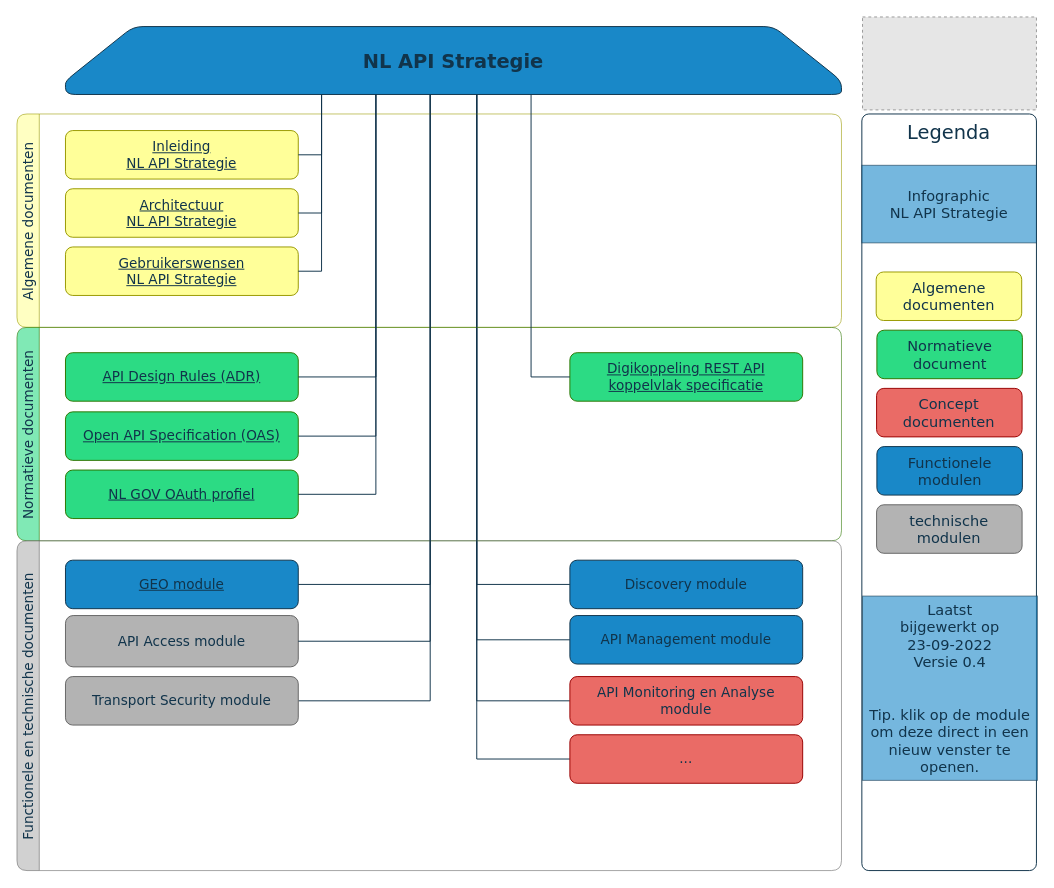
Earlier version of the draw.io diagram media/API infographic.drawio (Geonovum/KP-APIs). Source tidied: cells renumbered, new cells numbered last; positions are measured from the earlier drawing's top-left corner, leaving out a move shared by most shapes. Both pictures are drawn from the tidied source at 97%, with x=0, y=0 at pixel (16, 16). Pictures stored in the file or linked from it are replaced by grey dashed boxes.
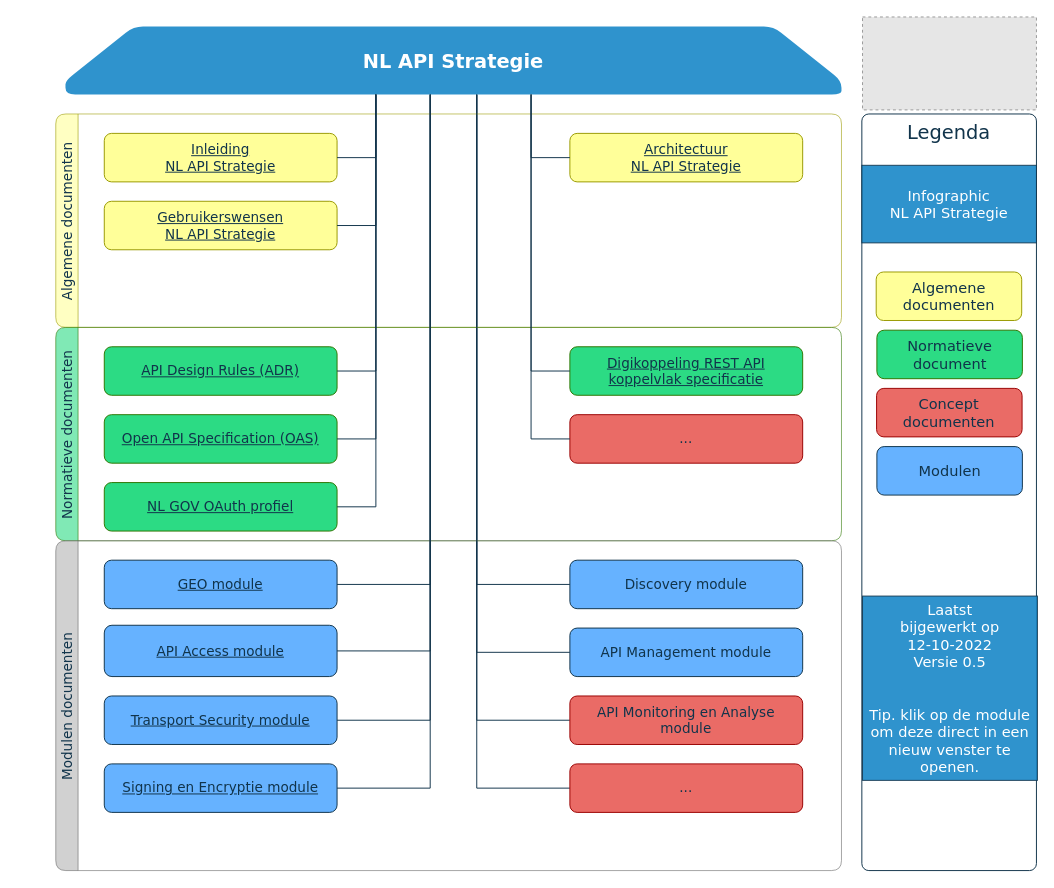
The same page after the edit.

Commit message (it also covers changes not shown here):
inleiding bijgewerkt

Diff of the diagram source:
```diff
@@
     <mxCell id="3" style="endArrow=none;html=1;rounded=0;fontFamily=Verdana;fontColor=#11344B;strokeColor=#11344B;entryX=0.53;entryY=1;entryDx=0;entryDy=0;entryPerimeter=0;exitX=0;exitY=0.5;exitDx=0;exitDy=0;edgeStyle=orthogonalEdgeStyle;" parent="1" edge="1" source="24" target="18">
-      <mxGeometry relative="1" as="geometry">
-        <Array as="points">
-          <mxPoint x="474" y="765" />
-        </Array>
-      </mxGeometry>
+      <mxGeometry relative="1" as="geometry" />
     </mxCell>
@@
     <mxCell id="8" value="Algemene documenten" style="swimlane;horizontal=0;rounded=1;strokeColor=#999900;fillColor=#FFFF99;fontFamily=Verdana;fontStyle=0;opacity=60;fontColor=#11344B;fontSize=14;" parent="1" vertex="1">
-      <mxGeometry y="100" width="850" height="220" as="geometry" />
+      <mxGeometry x="40" y="100" width="810" height="220" as="geometry" />
     </mxCell>
     <mxCell id="9" value="Inleiding &lt;br&gt;NL API Strategie" style="rounded=1;whiteSpace=wrap;html=1;fontSize=14;fontStyle=4;fillColor=#FFFF99;strokeColor=#999900;fontColor=#11344B;fontFamily=Verdana;" parent="8" vertex="1">
-      <mxGeometry x="50" y="17.1" width="240" height="50" as="geometry" />
+      <mxGeometry x="50" y="20" width="240" height="50" as="geometry" />
     </mxCell>
     <mxCell id="10" value="Gebruikerswensen &lt;br&gt;NL API Strategie" style="rounded=1;whiteSpace=wrap;html=1;fontSize=14;fontStyle=4;fillColor=#FFFF99;strokeColor=#999900;fontColor=#11344B;fontFamily=Verdana;" parent="8" vertex="1">
-      <mxGeometry x="50" y="137.1" width="240" height="50" as="geometry" />
+      <mxGeometry x="50" y="90" width="240" height="50" as="geometry" />
     </mxCell>
     <mxCell id="11" value="Architectuur &lt;br&gt;NL API Strategie" style="rounded=1;whiteSpace=wrap;html=1;fontSize=14;fontStyle=4;fillColor=#FFFF99;strokeColor=#999900;fontColor=#11344B;fontFamily=Verdana;" parent="8" vertex="1">
-      <mxGeometry x="50" y="77.1" width="240" height="50" as="geometry" />
+      <mxGeometry x="530" y="20" width="240" height="50" as="geometry" />
     </mxCell>
     <mxCell id="12" value="Normatieve documenten" style="swimlane;horizontal=0;rounded=1;strokeColor=#2D7600;fillColor=#2CDB84;fontFamily=Verdana;fontStyle=0;opacity=60;fontColor=#11344B;fontSize=14;" parent="1" vertex="1">
-      <mxGeometry y="320" width="850" height="220" as="geometry" />
+      <mxGeometry x="40" y="320" width="810" height="220" as="geometry" />
     </mxCell>
     <mxCell id="13" value="API Design Rules (ADR)" style="rounded=1;whiteSpace=wrap;html=1;fontSize=14;fontStyle=4;fillColor=#2CDB84;strokeColor=#2D7600;fontColor=#11344B;fontFamily=Verdana;" parent="12" vertex="1">
-      <mxGeometry x="50" y="26.1" width="240" height="50" as="geometry" />
+      <mxGeometry x="50" y="20" width="240" height="50" as="geometry" />
     </mxCell>
     <mxCell id="14" value="Open API Specification (OAS)" style="rounded=1;whiteSpace=wrap;html=1;fontSize=14;fontStyle=4;fillColor=#2CDB84;strokeColor=#2D7600;fontColor=#11344B;fontFamily=Verdana;" parent="12" vertex="1">
-      <mxGeometry x="50" y="87.1" width="240" height="50" as="geometry" />
+      <mxGeometry x="50" y="90" width="240" height="50" as="geometry" />
     </mxCell>
     <mxCell id="15" value="NL GOV OAuth profiel" style="rounded=1;whiteSpace=wrap;html=1;fontSize=14;fontStyle=4;fillColor=#2CDB84;strokeColor=#2D7600;fontColor=#11344B;fontFamily=Verdana;" parent="12" vertex="1">
-      <mxGeometry x="50" y="147.1" width="240" height="50" as="geometry" />
+      <mxGeometry x="50" y="160" width="240" height="50" as="geometry" />
     </mxCell>
     <mxCell id="16" value="Digikoppeling REST API koppelvlak specificatie" style="rounded=1;whiteSpace=wrap;html=1;fontSize=14;fontStyle=4;fillColor=#2CDB84;strokeColor=#2D7600;fontColor=#11344B;fontFamily=Verdana;" parent="12" vertex="1">
-      <mxGeometry x="570" y="26.1" width="240" height="50" as="geometry" />
+      <mxGeometry x="530" y="20" width="240" height="50" as="geometry" />
     </mxCell>
+    <mxCell id="43" value="..." style="rounded=1;whiteSpace=wrap;html=1;fontSize=14;fontStyle=0;fillColor=#EA6B66;strokeColor=#990000;fontColor=#11344B;fontFamily=Verdana;" parent="12" vertex="1">
+      <mxGeometry x="530" y="90" width="240" height="50" as="geometry" />
+    </mxCell>
@@
-    <mxCell id="18" value="&lt;span&gt;NL API Strategie&lt;/span&gt;" style="shape=loopLimit;whiteSpace=wrap;html=1;fontSize=20;fillColor=#1988C8;fontFamily=Verdana;fontStyle=1;size=140;fontColor=#11344B;strokeColor=#11344B;rounded=1;points=[[0,0,0,0,0],[0,0.26,0,0,0],[0,0.5,0,0,0],[0,0.74,0,0,0],[0,1,0,0,0],[0.07,1,0,0,0],[0.13,1,0,0,0],[0.2,1,0,0,0],[0.25,0,0,0,0],[0.25,1,0,0,0],[0.27,1,0,0,0],[0.33,1,0,0,0],[0.4,1,0,0,0],[0.47,1,0,0,0],[0.5,0,0,0,0],[0.5,1,0,0,0],[0.53,1,0,0,0],[0.6,1,0,0,0],[0.67,1,0,0,0],[0.73,1,0,0,0],[0.75,0,0,0,0],[0.75,1,0,0,0],[0.8,1,0,0,0],[0.87,1,0,0,0],[0.93,1,0,0,0],[1,0,0,0,0],[1,0.26,0,0,0],[1,0.5,0,0,0],[1,0.76,0,0,0],[1,1,0,0,0]];" parent="1" vertex="1">
+    <mxCell id="18" value="&lt;span&gt;NL API Strategie&lt;/span&gt;" style="shape=loopLimit;whiteSpace=wrap;html=1;fontSize=20;fillColor=#1988C8;fontFamily=Verdana;fontStyle=1;size=140;fontColor=#FFFFFF;strokeColor=none;rounded=1;points=[[0,0,0,0,0],[0,0.26,0,0,0],[0,0.5,0,0,0],[0,0.74,0,0,0],[0,1,0,0,0],[0.07,1,0,0,0],[0.13,1,0,0,0],[0.2,1,0,0,0],[0.25,0,0,0,0],[0.25,1,0,0,0],[0.27,1,0,0,0],[0.33,1,0,0,0],[0.4,1,0,0,0],[0.47,1,0,0,0],[0.5,0,0,0,0],[0.5,1,0,0,0],[0.53,1,0,0,0],[0.6,1,0,0,0],[0.67,1,0,0,0],[0.73,1,0,0,0],[0.75,0,0,0,0],[0.75,1,0,0,0],[0.8,1,0,0,0],[0.87,1,0,0,0],[0.93,1,0,0,0],[1,0,0,0,0],[1,0.26,0,0,0],[1,0.5,0,0,0],[1,0.76,0,0,0],[1,1,0,0,0]];opacity=90;shadow=0;sketch=0;" parent="1" vertex="1">
       <mxGeometry x="50" y="9.9" width="800" height="70" as="geometry" />
     </mxCell>
-    <mxCell id="19" value="Functionele en technische documenten" style="swimlane;horizontal=0;rounded=1;strokeColor=#666666;fillColor=#B3B3B3;fontFamily=Verdana;fontStyle=0;opacity=60;fontColor=#11344B;fontSize=14;" parent="1" vertex="1">
-      <mxGeometry y="540" width="850" height="340" as="geometry" />
+    <mxCell id="19" value="Modulen documenten" style="swimlane;horizontal=0;rounded=1;strokeColor=#666666;fillColor=#B3B3B3;fontFamily=Verdana;fontStyle=0;opacity=60;fontColor=#11344B;fontSize=14;" parent="1" vertex="1">
+      <mxGeometry x="40" y="540" width="810" height="340" as="geometry" />
     </mxCell>
-    <mxCell id="20" value="GEO module" style="rounded=1;whiteSpace=wrap;html=1;fontSize=14;fontStyle=4;fillColor=#1988C8;strokeColor=#11344B;fontColor=#11344B;fontFamily=Verdana;" parent="19" vertex="1">
+    <mxCell id="20" value="GEO module" style="rounded=1;whiteSpace=wrap;html=1;fontSize=14;fontStyle=4;fillColor=#66B2FF;strokeColor=#11344B;fontColor=#11344B;fontFamily=Verdana;" parent="19" vertex="1">
       <mxGeometry x="50" y="20" width="240" height="50" as="geometry" />
     </mxCell>
-    <mxCell id="21" value="Transport Security module&lt;br&gt;" style="rounded=1;whiteSpace=wrap;html=1;fontSize=14;fontStyle=0;fillColor=#B3B3B3;strokeColor=#666666;fontColor=#11344B;fontFamily=Verdana;" parent="19" vertex="1">
-      <mxGeometry x="50" y="140" width="240" height="50" as="geometry" />
+    <mxCell id="21" value="Transport Security module&lt;br&gt;" style="rounded=1;whiteSpace=wrap;html=1;fontSize=14;fontStyle=4;fillColor=#66B2FF;strokeColor=#11344B;fontColor=#11344B;fontFamily=Verdana;" parent="19" vertex="1">
+      <mxGeometry x="50" y="160" width="240" height="50" as="geometry" />
     </mxCell>
-    <mxCell id="22" value="Discovery module" style="rounded=1;whiteSpace=wrap;html=1;fontSize=14;fontStyle=0;fillColor=#1988C8;strokeColor=#11344B;fontColor=#11344B;fontFamily=Verdana;" parent="19" vertex="1">
-      <mxGeometry x="570" y="20" width="240" height="50" as="geometry" />
+    <mxCell id="22" value="Discovery module" style="rounded=1;whiteSpace=wrap;html=1;fontSize=14;fontStyle=0;fillColor=#66B2FF;strokeColor=#11344B;fontColor=#11344B;fontFamily=Verdana;" parent="19" vertex="1">
+      <mxGeometry x="530" y="20" width="240" height="50" as="geometry" />
     </mxCell>
-    <mxCell id="23" value="API Management module" style="rounded=1;whiteSpace=wrap;html=1;fontSize=14;fontStyle=0;fillColor=#1988C8;strokeColor=#11344B;fontColor=#11344B;fontFamily=Verdana;" parent="19" vertex="1">
-      <mxGeometry x="570" y="77.1" width="240" height="50" as="geometry" />
+    <mxCell id="23" value="API Management module" style="rounded=1;whiteSpace=wrap;html=1;fontSize=14;fontStyle=0;fillColor=#66B2FF;strokeColor=#11344B;fontColor=#11344B;fontFamily=Verdana;" parent="19" vertex="1">
+      <mxGeometry x="530" y="90" width="240" height="50" as="geometry" />
     </mxCell>
     <mxCell id="24" value="..." style="rounded=1;whiteSpace=wrap;html=1;fontSize=14;fontStyle=0;fillColor=#EA6B66;strokeColor=#990000;fontColor=#11344B;fontFamily=Verdana;" parent="19" vertex="1">
-      <mxGeometry x="570" y="200" width="240" height="50" as="geometry" />
+      <mxGeometry x="530" y="230" width="240" height="50" as="geometry" />
     </mxCell>
     <mxCell id="25" value="API Monitoring en Analyse module" style="rounded=1;whiteSpace=wrap;html=1;fontSize=14;fontStyle=0;fillColor=#EA6B66;strokeColor=#990000;fontColor=#11344B;fontFamily=Verdana;" parent="19" vertex="1">
-      <mxGeometry x="570" y="140" width="240" height="50" as="geometry" />
+      <mxGeometry x="530" y="160" width="240" height="50" as="geometry" />
     </mxCell>
-    <mxCell id="26" value="API Access module" style="rounded=1;whiteSpace=wrap;html=1;fontSize=14;fontStyle=0;fillColor=#B3B3B3;strokeColor=#666666;fontColor=#11344B;fontFamily=Verdana;" parent="19" vertex="1">
-      <mxGeometry x="50" y="77.1" width="240" height="52.9" as="geometry" />
+    <mxCell id="26" value="API Access module" style="rounded=1;whiteSpace=wrap;html=1;fontSize=14;fontStyle=4;fillColor=#66B2FF;strokeColor=#11344B;fontColor=#11344B;fontFamily=Verdana;" parent="19" vertex="1">
+      <mxGeometry x="50" y="87.1" width="240" height="52.9" as="geometry" />
     </mxCell>
+    <mxCell id="44" value="Signing en Encryptie module" style="rounded=1;whiteSpace=wrap;html=1;fontSize=14;fontStyle=4;fillColor=#66B2FF;strokeColor=#11344B;fontColor=#11344B;fontFamily=Verdana;" parent="19" vertex="1">
+      <mxGeometry x="50" y="230" width="240" height="50" as="geometry" />
+    </mxCell>
@@
-    <mxCell id="29" value="Functionele modulen" style="rounded=1;whiteSpace=wrap;html=1;fontSize=15;fontStyle=0;fillColor=#1988C8;strokeColor=#11344B;fontColor=#11344B;fontFamily=Verdana;" parent="1" vertex="1">
+    <mxCell id="29" value="Modulen" style="rounded=1;whiteSpace=wrap;html=1;fontSize=15;fontStyle=0;fillColor=#66B2FF;strokeColor=#11344B;fontColor=#11344B;fontFamily=Verdana;" parent="1" vertex="1">
       <mxGeometry x="886.5" y="442.9" width="150" height="50" as="geometry" />
     </mxCell>
-    <mxCell id="30" value="technische modulen" style="rounded=1;whiteSpace=wrap;html=1;fontSize=15;fontStyle=0;fillColor=#B3B3B3;strokeColor=#666666;fontColor=#11344B;fontFamily=Verdana;" parent="1" vertex="1">
-      <mxGeometry x="886.2" y="502.9" width="150" height="50" as="geometry" />
-    </mxCell>
-    <mxCell id="31" style="endArrow=none;html=1;rounded=0;fontFamily=Verdana;fontColor=#11344B;strokeColor=#11344B;entryX=0.33;entryY=1;entryDx=0;entryDy=0;exitX=1;exitY=0.5;exitDx=0;exitDy=0;entryPerimeter=0;edgeStyle=orthogonalEdgeStyle;" parent="1" edge="1" source="9" target="18">
+    <mxCell id="31" style="endArrow=none;html=1;rounded=0;fontFamily=Verdana;fontColor=#11344B;strokeColor=#11344B;entryX=0.4;entryY=1;entryDx=0;entryDy=0;exitX=1;exitY=0.5;exitDx=0;exitDy=0;entryPerimeter=0;edgeStyle=orthogonalEdgeStyle;" parent="1" edge="1" source="9" target="18">
       <mxGeometry relative="1" as="geometry" />
     </mxCell>
-    <mxCell id="32" style="endArrow=none;html=1;rounded=0;fontFamily=Verdana;fontColor=#11344B;strokeColor=#11344B;entryX=0.33;entryY=1;entryDx=0;entryDy=0;exitX=1;exitY=0.5;exitDx=0;exitDy=0;entryPerimeter=0;edgeStyle=orthogonalEdgeStyle;" parent="1" edge="1" source="11" target="18">
+    <mxCell id="32" style="endArrow=none;html=1;rounded=0;fontFamily=Verdana;fontColor=#11344B;strokeColor=#11344B;entryX=0.6;entryY=1;entryDx=0;entryDy=0;exitX=0;exitY=0.5;exitDx=0;exitDy=0;entryPerimeter=0;edgeStyle=orthogonalEdgeStyle;" parent="1" edge="1" source="11" target="18">
       <mxGeometry relative="1" as="geometry" />
     </mxCell>
@@
-    <mxCell id="39" value="Laatst &lt;br&gt;bijgewerkt op &lt;br&gt;23-09-2022&lt;br&gt;Versie 0.4&lt;br&gt;&lt;br&gt;&lt;br&gt;Tip. klik op de module om deze direct in een nieuw venster te openen." style="text;html=1;strokeColor=#11344B;fillColor=#1988C8;align=center;verticalAlign=middle;whiteSpace=wrap;rounded=0;fontFamily=Verdana;fontSize=15;fontColor=#11344B;opacity=60;" parent="1" vertex="1">
+    <mxCell id="39" value="Laatst &lt;br&gt;bijgewerkt op &lt;br&gt;12-10-2022&lt;br&gt;Versie 0.5&lt;br&gt;&lt;br&gt;&lt;br&gt;Tip. klik op de module om deze direct in een nieuw venster te openen." style="text;html=1;strokeColor=#11344B;fillColor=#1988C8;align=center;verticalAlign=middle;whiteSpace=wrap;rounded=0;fontFamily=Verdana;fontSize=15;fontColor=#FFFFFF;opacity=90;" parent="1" vertex="1">
       <mxGeometry x="871.7" y="597" width="180.3" height="190" as="geometry" />
     </mxCell>
-    <mxCell id="40" value="Infographic &lt;br&gt;NL API Strategie&lt;br&gt;" style="text;html=1;strokeColor=#11344B;fillColor=#1988C8;align=center;verticalAlign=middle;whiteSpace=wrap;rounded=0;fontFamily=Verdana;fontSize=15;fontColor=#11344B;opacity=60;" parent="1" vertex="1">
+    <mxCell id="40" value="Infographic &lt;br&gt;NL API Strategie&lt;br&gt;" style="text;html=1;strokeColor=#11344B;fillColor=#1988C8;align=center;verticalAlign=middle;whiteSpace=wrap;rounded=0;fontFamily=Verdana;fontSize=15;fontColor=#FFFFFF;opacity=90;" parent="1" vertex="1">
       <mxGeometry x="871" y="152.9" width="180" height="80" as="geometry" />
     </mxCell>
-    <mxCell id="41" style="endArrow=none;html=1;rounded=0;fontFamily=Verdana;fontColor=#11344B;strokeColor=#11344B;entryX=0.33;entryY=1;entryDx=0;entryDy=0;exitX=1;exitY=0.5;exitDx=0;exitDy=0;entryPerimeter=0;edgeStyle=orthogonalEdgeStyle;" parent="1" edge="1" source="10" target="18">
+    <mxCell id="41" style="endArrow=none;html=1;rounded=0;fontFamily=Verdana;fontColor=#11344B;strokeColor=#11344B;entryX=0.4;entryY=1;entryDx=0;entryDy=0;exitX=1;exitY=0.5;exitDx=0;exitDy=0;entryPerimeter=0;edgeStyle=orthogonalEdgeStyle;" parent="1" edge="1" source="10" target="18">
       <mxGeometry relative="1" as="geometry" />
     </mxCell>
@@
+    <mxCell id="45" style="endArrow=none;html=1;rounded=0;fontFamily=Verdana;fontColor=#11344B;strokeColor=#11344B;entryX=0.6;entryY=1;entryDx=0;entryDy=0;entryPerimeter=0;exitX=0;exitY=0.5;exitDx=0;exitDy=0;edgeStyle=orthogonalEdgeStyle;" parent="1" edge="1" source="43" target="18">
+      <mxGeometry relative="1" as="geometry" />
+    </mxCell>
+    <mxCell id="46" style="endArrow=none;html=1;rounded=0;fontFamily=Verdana;fontColor=#11344B;strokeColor=#11344B;entryX=0.47;entryY=1;entryDx=0;entryDy=0;entryPerimeter=0;exitX=1;exitY=0.5;exitDx=0;exitDy=0;edgeStyle=orthogonalEdgeStyle;" parent="1" edge="1" source="44" target="18">
+      <mxGeometry relative="1" as="geometry" />
+    </mxCell>
```
